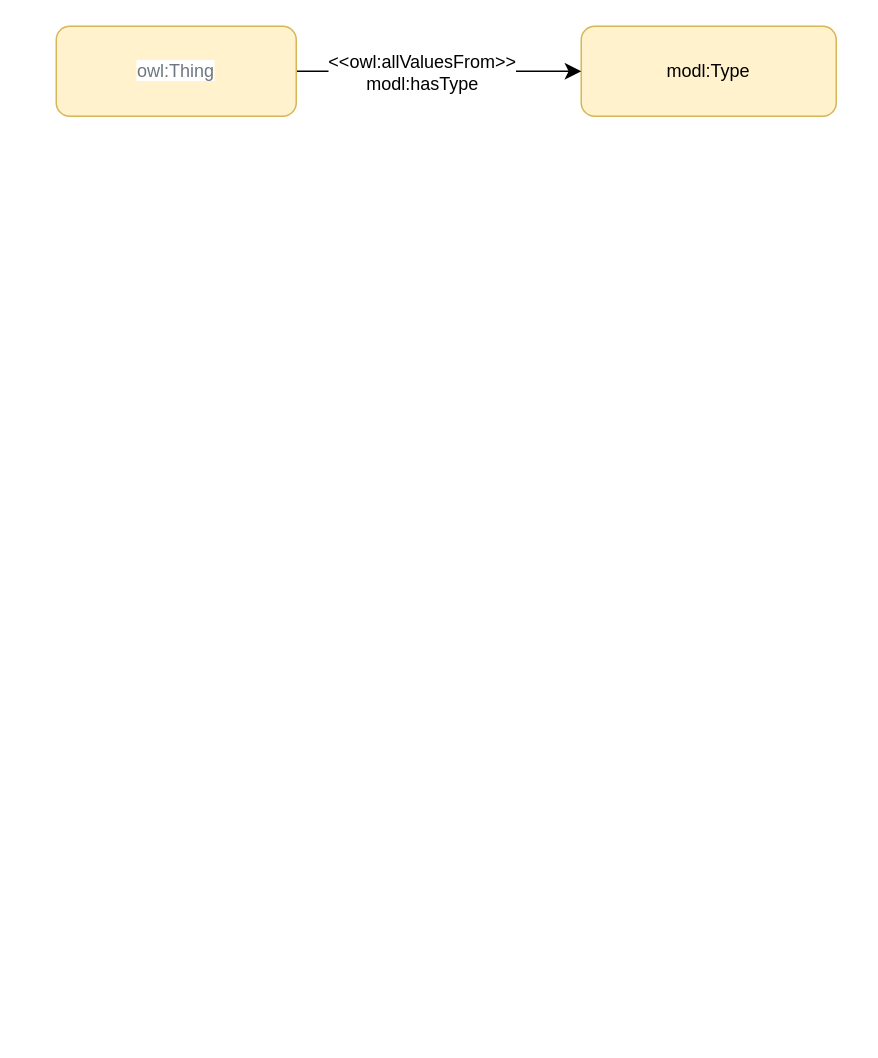
Earlier version of the draw.io diagram Drawio Patterns/explicit-typing.drawio (nd-crane/Drawio-experiments). Source tidied: cells renumbered, new cells numbered last; positions are measured from the earlier drawing's top-left corner, leaving out a move shared by most shapes. Both pictures are drawn from the tidied source at 150%, with x=0, y=0 at pixel (56, 26).
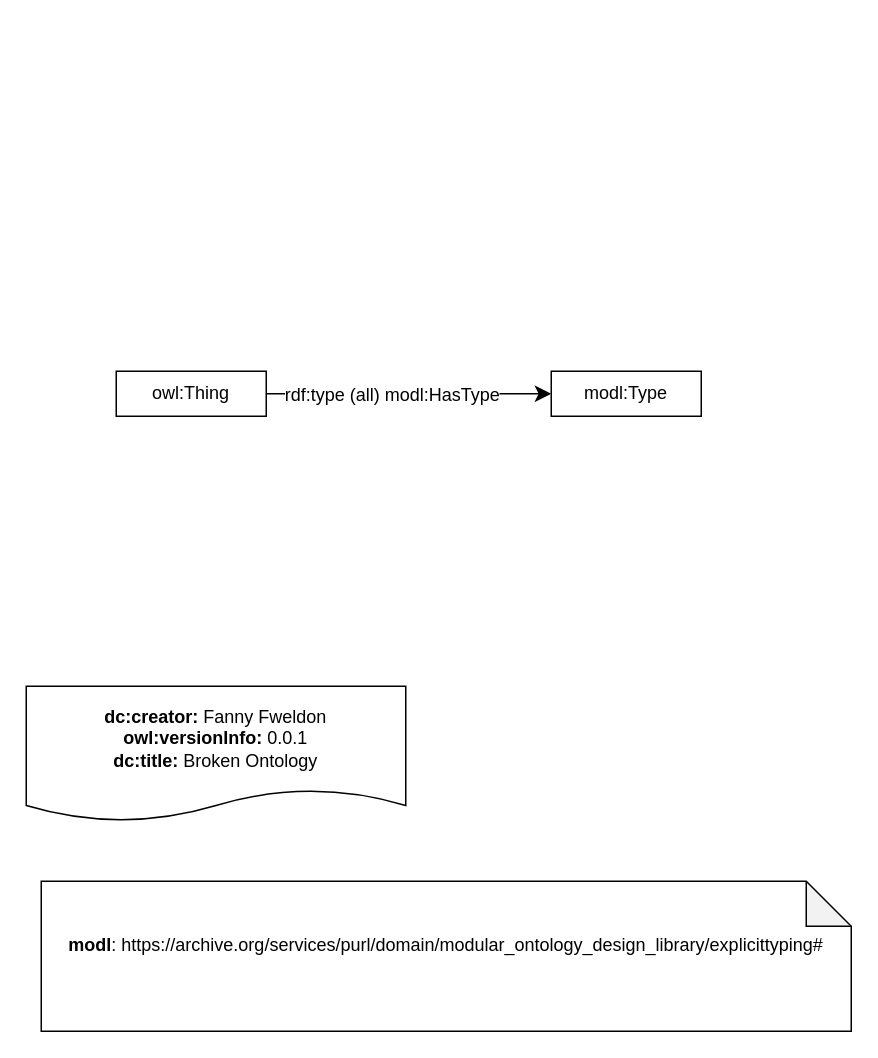
Above is the later version.

Commit message (it also covers changes not shown here):
Modl library updates

The edit, as a diff of the source:
```diff
@@
 <mxGraphModel>
   <root>
     <mxCell id="0" />
     <mxCell id="1" parent="0" />
+    <mxCell id="6" value="&lt;div&gt;&lt;b&gt;modl&lt;/b&gt;: https://archive.org/services/purl/domain/modular_ontology_design_library/explicittyping#&lt;/div&gt;&lt;div&gt;&lt;br&gt;&lt;/div&gt;" style="shape=note;whiteSpace=wrap;html=1;backgroundOutline=1;darkOpacity=0.05;" parent="1" vertex="1">
+      <mxGeometry x="-10" y="570" width="540" height="100" as="geometry" />
+    </mxCell>
+    <mxCell id="7" value="&lt;div&gt;&lt;b&gt;dc:creator:&lt;/b&gt;&amp;nbsp;Fanny Fweldon&lt;/div&gt;&lt;div&gt;&lt;b&gt;owl:versionInfo:&lt;/b&gt; 0.0.1&lt;/div&gt;&lt;div&gt;&lt;b&gt;dc:title:&lt;/b&gt; Broken Ontology&lt;/div&gt;" style="shape=document;whiteSpace=wrap;html=1;boundedLbl=1;labelBackgroundColor=#ffffff;strokeColor=#000000;fontSize=12;fontColor=#000000;size=0.23333333333333334;" parent="1" vertex="1">
+      <mxGeometry x="-20" y="440" width="253" height="90" as="geometry" />
+    </mxCell>
-    <mxCell id="2" value="modl:Type" style="rounded=1;whiteSpace=wrap;html=1;snapToPoint=1;points=[[0.1,0],[0.2,0],[0.3,0],[0.4,0],[0.5,0],[0.6,0],[0.7,0],[0.8,0],[0.9,0],[0,0.1],[0,0.3],[0,0.5],[0,0.7],[0,0.9],[0.1,1],[0.2,1],[0.3,1],[0.4,1],[0.5,1],[0.6,1],[0.7,1],[0.8,1],[0.9,1],[1,0.1],[1,0.3],[1,0.5],[1,0.7],[1,0.9]];fillColor=#fff2cc;strokeColor=#d6b656;" parent="1" vertex="1">
-      <mxGeometry x="350" width="170" height="60" as="geometry" />
+    <mxCell id="2" value="modl:Type" style="rounded=0;whiteSpace=wrap;html=1;snapToPoint=1;points=[[0.1,0],[0.2,0],[0.3,0],[0.4,0],[0.5,0],[0.6,0],[0.7,0],[0.8,0],[0.9,0],[0,0.1],[0,0.3],[0,0.5],[0,0.7],[0,0.9],[0.1,1],[0.2,1],[0.3,1],[0.4,1],[0.5,1],[0.6,1],[0.7,1],[0.8,1],[0.9,1],[1,0.1],[1,0.3],[1,0.5],[1,0.7],[1,0.9]];" parent="1" vertex="1">
+      <mxGeometry x="330" y="230" width="100" height="30" as="geometry" />
     </mxCell>
-    <mxCell id="3" style="endArrow=classic;html=1;exitX=1;exitY=0.5;exitDx=0;exitDy=0;entryX=0;entryY=0.5;entryDx=0;entryDy=0;endSize=8;arcSize=0;" parent="1" edge="1" source="5" target="2">
+    <mxCell id="3" style="endArrow=classic;html=1;exitX=1;exitY=0.5;exitDx=0;exitDy=0;endSize=8;entryX=0;entryY=0.5;entryDx=0;entryDy=0;arcSize=0;" parent="1" edge="1" source="5" target="2">
       <mxGeometry relative="1" as="geometry" />
     </mxCell>
-    <mxCell id="4" value="&lt;div&gt;&lt;div&gt;&amp;lt;&amp;lt;owl:allValuesFrom&amp;gt;&amp;gt;&lt;/div&gt;modl:hasType&lt;/div&gt;" style="text;html=1;align=center;verticalAlign=middle;labelBackgroundColor=#ffffff;" parent="3" vertex="1">
-      <mxGeometry x="-0.13" relative="1" as="geometry" />
-    </mxCell>
+    <mxCell id="8" value="rdf:type (all) modl:HasType" style="text;html=1;align=center;verticalAlign=middle;labelBackgroundColor=#ffffff;" parent="3" vertex="1">
+      <mxGeometry x="-0.13" relative="1" as="geometry" />
+    </mxCell>
-    <mxCell id="5" value="&lt;font color=&quot;#6e7781&quot;&gt;&lt;span style=&quot;background-color: rgb(255 , 255 , 255)&quot;&gt;owl:Thing&lt;/span&gt;&lt;/font&gt;" style="rounded=1;whiteSpace=wrap;html=1;snapToPoint=1;points=[[0.1,0],[0.2,0],[0.3,0],[0.4,0],[0.5,0],[0.6,0],[0.7,0],[0.8,0],[0.9,0],[0,0.1],[0,0.3],[0,0.5],[0,0.7],[0,0.9],[0.1,1],[0.2,1],[0.3,1],[0.4,1],[0.5,1],[0.6,1],[0.7,1],[0.8,1],[0.9,1],[1,0.1],[1,0.3],[1,0.5],[1,0.7],[1,0.9]];fillColor=#fff2cc;strokeColor=#d6b656;glass=0;" parent="1" vertex="1">
-      <mxGeometry width="160" height="60" as="geometry" />
+    <mxCell id="5" value="owl:Thing" style="rounded=0;whiteSpace=wrap;html=1;snapToPoint=1;points=[[0.1,0],[0.2,0],[0.3,0],[0.4,0],[0.5,0],[0.6,0],[0.7,0],[0.8,0],[0.9,0],[0,0.1],[0,0.3],[0,0.5],[0,0.7],[0,0.9],[0.1,1],[0.2,1],[0.3,1],[0.4,1],[0.5,1],[0.6,1],[0.7,1],[0.8,1],[0.9,1],[1,0.1],[1,0.3],[1,0.5],[1,0.7],[1,0.9]];" parent="1" vertex="1">
+      <mxGeometry x="40" y="230" width="100" height="30" as="geometry" />
     </mxCell>
   </root>
 </mxGraphModel>
```
